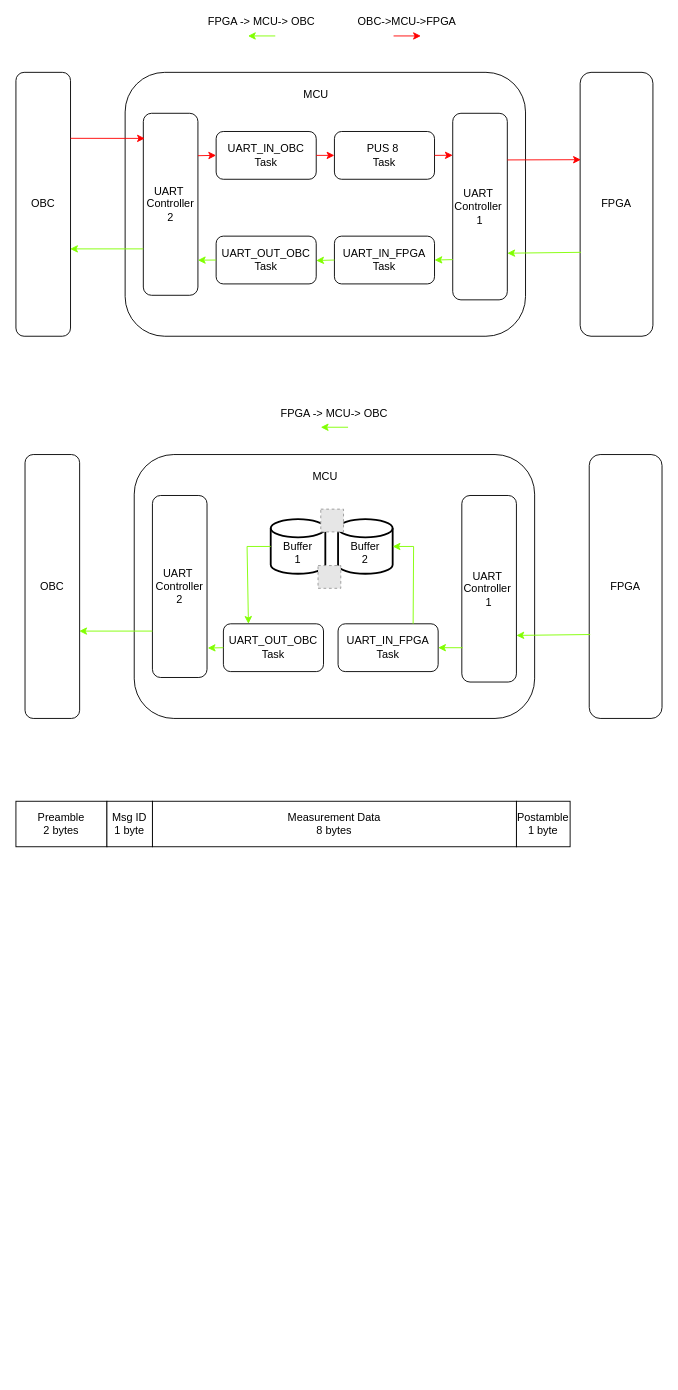
This is Constant_Bias_Mode.drawio from WhiskeySierraPapa/LP-Software-uC-SP-MThesis-2025, a draw.io file, before an edit. Source tidied: cells renumbered, new cells numbered last; positions are measured from the earlier drawing's top-left corner, leaving out a move shared by most shapes. Both pictures are drawn from the tidied source at 91%, with x=0, y=0 at pixel (15, 17). Pictures stored in the file or linked from it are replaced by grey dashed boxes.
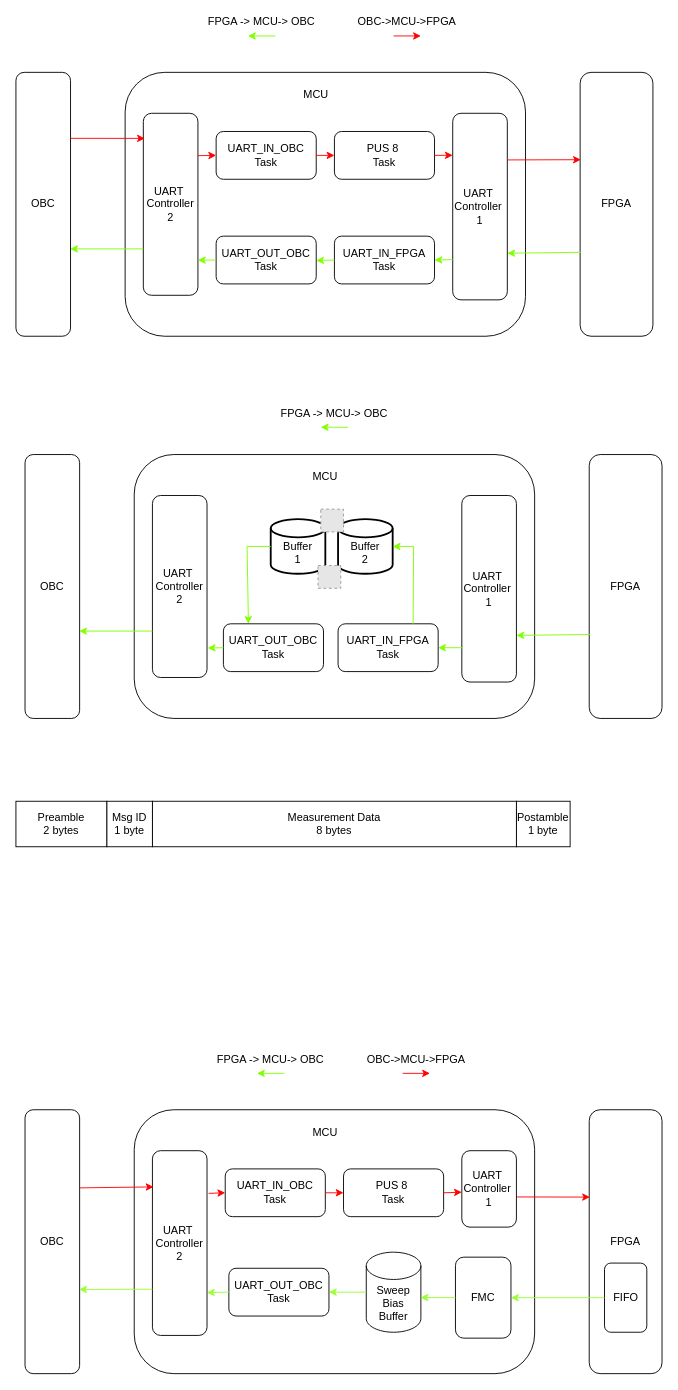
The same diagram, later.

The edit, as a diff of the source:
```diff
@@
+    <mxCell id="50" value="OBC" style="rounded=1;whiteSpace=wrap;html=1;" parent="1" vertex="1">
+      <mxGeometry x="10" y="1200" width="60" height="290" as="geometry" />
+    </mxCell>
+    <mxCell id="51" style="rounded=1;whiteSpace=wrap;html=1;" parent="1" vertex="1">
+      <mxGeometry x="130" y="1200" width="440" height="290" as="geometry" />
+    </mxCell>
+    <mxCell id="52" value="FPGA" style="rounded=1;whiteSpace=wrap;html=1;" parent="1" vertex="1">
+      <mxGeometry x="630" y="1200" width="80" height="290" as="geometry" />
+    </mxCell>
+    <mxCell id="53" value="MCU" style="text;strokeColor=none;align=center;fillColor=none;html=1;verticalAlign=middle;whiteSpace=wrap;rounded=0;" parent="1" vertex="1">
+      <mxGeometry x="310" y="1210" width="60" height="30" as="geometry" />
+    </mxCell>
+    <mxCell id="54" value="PUS 8&amp;nbsp;&lt;div&gt;Task&lt;/div&gt;" style="rounded=1;whiteSpace=wrap;html=1;" parent="1" vertex="1">
+      <mxGeometry x="360" y="1265" width="110" height="52.5" as="geometry" />
+    </mxCell>
+    <mxCell id="55" value="UART&amp;nbsp;&lt;div&gt;Controller 2&lt;/div&gt;" style="rounded=1;whiteSpace=wrap;html=1;" parent="1" vertex="1">
+      <mxGeometry x="150" y="1245" width="60" height="203" as="geometry" />
+    </mxCell>
+    <mxCell id="56" value="UART&amp;nbsp;&lt;div&gt;Controller&amp;nbsp;&lt;/div&gt;&lt;div&gt;1&lt;/div&gt;" style="rounded=1;whiteSpace=wrap;html=1;" parent="1" vertex="1">
+      <mxGeometry x="490" y="1245" width="60" height="84" as="geometry" />
+    </mxCell>
+    <mxCell id="57" value="UART_IN_OBC&lt;div&gt;Task&lt;/div&gt;" style="rounded=1;whiteSpace=wrap;html=1;" parent="1" vertex="1">
+      <mxGeometry x="230" y="1265" width="110" height="52.5" as="geometry" />
+    </mxCell>
+    <mxCell id="58" style="endArrow=classic;html=1;rounded=0;exitX=1;exitY=0.5;exitDx=0;exitDy=0;entryX=0;entryY=0.5;entryDx=0;entryDy=0;strokeColor=#FF0000;" parent="1" edge="1" source="57" target="54">
+      <mxGeometry relative="1" as="geometry" />
+    </mxCell>
+    <mxCell id="59" style="endArrow=classic;html=1;rounded=0;exitX=1;exitY=0.296;exitDx=0;exitDy=0;entryX=0.021;entryY=0.196;entryDx=0;entryDy=0;fillColor=#FF0000;strokeColor=#FF0000;exitPerimeter=0;entryPerimeter=0;" parent="1" edge="1" source="50" target="55">
+      <mxGeometry relative="1" as="geometry" />
+    </mxCell>
+    <mxCell id="60" style="endArrow=classic;html=1;rounded=0;exitX=1.029;exitY=0.231;exitDx=0;exitDy=0;entryX=0;entryY=0.5;entryDx=0;entryDy=0;fillColor=#FF0000;strokeColor=#FF0000;exitPerimeter=0;" parent="1" edge="1" source="55" target="57">
+      <mxGeometry relative="1" as="geometry" />
+    </mxCell>
+    <mxCell id="61" style="endArrow=classic;html=1;rounded=0;exitX=1;exitY=0.5;exitDx=0;exitDy=0;entryX=0;entryY=0.543;entryDx=0;entryDy=0;strokeColor=#FF0000;entryPerimeter=0;" parent="1" edge="1" source="54" target="56">
+      <mxGeometry relative="1" as="geometry" />
+    </mxCell>
+    <mxCell id="62" style="endArrow=classic;html=1;rounded=0;exitX=1.013;exitY=0.605;exitDx=0;exitDy=0;entryX=0.01;entryY=0.331;entryDx=0;entryDy=0;strokeColor=#FF0000;entryPerimeter=0;exitPerimeter=0;" parent="1" edge="1" source="56" target="52">
+      <mxGeometry relative="1" as="geometry" />
+    </mxCell>
+    <mxCell id="63" style="endArrow=classic;html=1;rounded=0;strokeColor=#80FF00;" parent="1" edge="1">
+      <mxGeometry relative="1" as="geometry">
+        <mxPoint x="295" y="1160" as="sourcePoint" />
+        <mxPoint x="265" y="1160" as="targetPoint" />
+      </mxGeometry>
+    </mxCell>
+    <mxCell id="64" style="endArrow=classic;html=1;rounded=0;strokeColor=#FF0000;" parent="1" edge="1">
+      <mxGeometry relative="1" as="geometry">
+        <mxPoint x="425" y="1160" as="sourcePoint" />
+        <mxPoint x="455" y="1160" as="targetPoint" />
+      </mxGeometry>
+    </mxCell>
+    <mxCell id="65" value="FPGA -&amp;gt; MCU-&amp;gt; OBC" style="text;strokeColor=none;align=center;fillColor=none;html=1;verticalAlign=middle;whiteSpace=wrap;rounded=0;" parent="1" vertex="1">
+      <mxGeometry x="210" y="1140" width="140" height="10" as="geometry" />
+    </mxCell>
+    <mxCell id="66" value="OBC-&amp;gt;MCU-&amp;gt;FPGA" style="text;strokeColor=none;align=center;fillColor=none;html=1;verticalAlign=middle;whiteSpace=wrap;rounded=0;" parent="1" vertex="1">
+      <mxGeometry x="370" y="1140" width="140" height="10" as="geometry" />
+    </mxCell>
+    <mxCell id="67" value="FMC" style="rounded=1;whiteSpace=wrap;html=1;" parent="1" vertex="1">
+      <mxGeometry x="483" y="1362" width="61" height="89" as="geometry" />
+    </mxCell>
+    <mxCell id="68" value="FIFO" style="rounded=1;whiteSpace=wrap;html=1;" parent="1" vertex="1">
+      <mxGeometry x="646.8" y="1368.5" width="46.5" height="76" as="geometry" />
+    </mxCell>
+    <mxCell id="69" value="Sweep Bias&lt;div&gt;Buffer&lt;/div&gt;" style="shape=cylinder3;whiteSpace=wrap;html=1;boundedLbl=1;backgroundOutline=1;size=15;" parent="1" vertex="1">
+      <mxGeometry x="385" y="1356.5" width="60" height="88" as="geometry" />
+    </mxCell>
+    <mxCell id="70" style="endArrow=classic;html=1;rounded=0;entryX=0.995;entryY=0.566;entryDx=0;entryDy=0;exitX=0;exitY=0.5;exitDx=0;exitDy=0;entryPerimeter=0;strokeColor=#99FF33;" parent="1" edge="1" source="67" target="69">
+      <mxGeometry relative="1" as="geometry" />
+    </mxCell>
+    <mxCell id="71" value="UART_OUT_OBC&lt;div&gt;Task&lt;/div&gt;" style="rounded=1;whiteSpace=wrap;html=1;" parent="1" vertex="1">
+      <mxGeometry x="234" y="1374.2" width="110" height="52.5" as="geometry" />
+    </mxCell>
+    <mxCell id="72" style="endArrow=classic;html=1;rounded=0;exitX=0;exitY=0.5;exitDx=0;exitDy=0;entryX=1;entryY=0.5;entryDx=0;entryDy=0;strokeColor=#99FF33;" parent="1" edge="1" source="68" target="67">
+      <mxGeometry relative="1" as="geometry" />
+    </mxCell>
+    <mxCell id="73" style="endArrow=classic;html=1;rounded=0;exitX=0;exitY=0.5;exitDx=0;exitDy=0;exitPerimeter=0;entryX=1;entryY=0.5;entryDx=0;entryDy=0;strokeColor=#99FF33;" parent="1" edge="1" source="69" target="71">
+      <mxGeometry relative="1" as="geometry" />
+    </mxCell>
+    <mxCell id="74" style="endArrow=classic;html=1;rounded=0;exitX=0;exitY=0.5;exitDx=0;exitDy=0;entryX=0.998;entryY=0.768;entryDx=0;entryDy=0;entryPerimeter=0;fillColor=#99FF33;strokeColor=#99FF33;" parent="1" edge="1" source="71" target="55">
+      <mxGeometry relative="1" as="geometry" />
+    </mxCell>
+    <mxCell id="75" style="endArrow=classic;html=1;rounded=0;exitX=0;exitY=0.75;exitDx=0;exitDy=0;entryX=0.99;entryY=0.681;entryDx=0;entryDy=0;entryPerimeter=0;fillColor=#99FF33;strokeColor=#99FF33;" parent="1" edge="1" source="55" target="50">
+      <mxGeometry relative="1" as="geometry" />
+    </mxCell>
```
